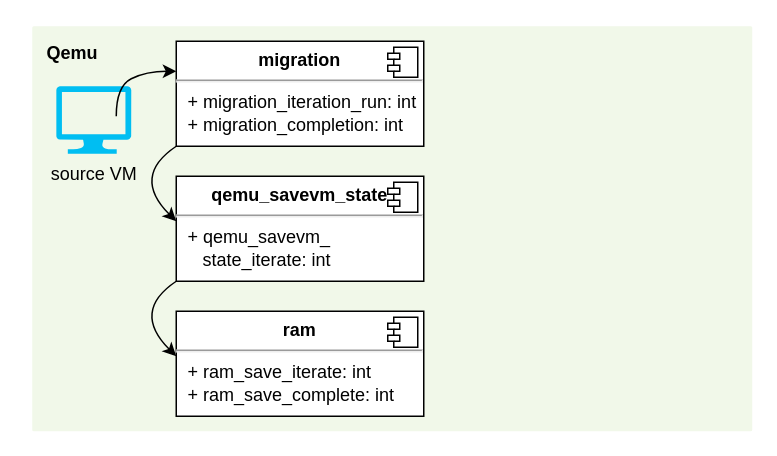
Earlier version of the draw.io diagram qemu-migration/qemu-migration-structure.drawio (xuyizhe1999/drawio). Source tidied: cells renumbered, new cells numbered last; positions are measured from the earlier drawing's top-left corner, leaving out a move shared by most shapes. Both pictures are drawn from the tidied source at 150%, with x=0, y=0 at pixel (32, 26).
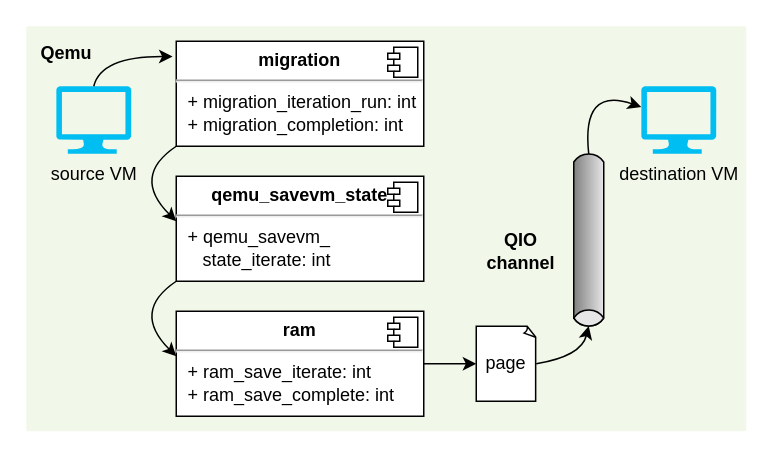
Above is the later version.

Unchanged cells that the change refers to:
```xml
<mxCell id="3" value="source VM" style="verticalLabelPosition=bottom;html=1;verticalAlign=top;align=center;strokeColor=none;fillColor=#00BEF2;shape=mxgraph.azure.computer;" parent="1" vertex="1">
  <mxGeometry x="16" y="40" width="50" height="45" as="geometry" />
</mxCell>
<mxCell id="4" value="&lt;p style=&quot;margin: 0px ; margin-top: 6px ; text-align: center&quot;&gt;&lt;b&gt;migration&lt;/b&gt;&lt;/p&gt;&lt;hr&gt;&lt;p style=&quot;margin: 0px ; margin-left: 8px&quot;&gt;+ migration_iteration_run: int&lt;br&gt;+ migration_completion: int&lt;/p&gt;" style="align=left;overflow=fill;html=1;fontColor=#000000;" parent="1" vertex="1">
  <mxGeometry x="96" y="10" width="165" height="70" as="geometry" />
</mxCell>
<mxCell id="8" value="&lt;p style=&quot;margin: 0px ; margin-top: 6px ; text-align: center&quot;&gt;&lt;b&gt;ram&lt;/b&gt;&lt;/p&gt;&lt;hr&gt;&lt;p style=&quot;margin: 0px ; margin-left: 8px&quot;&gt;+ ram_save_iterate: int&lt;br&gt;+ ram_save_complete: int&lt;/p&gt;" style="align=left;overflow=fill;html=1;fontColor=#000000;" parent="1" vertex="1">
  <mxGeometry x="96" y="190" width="165" height="70" as="geometry" />
</mxCell>
```

Diff of the diagram source:
```diff
@@
     <mxCell id="2" value="&lt;b&gt;&lt;font color=&quot;#000000&quot;&gt;Qemu&lt;/font&gt;&lt;/b&gt;" style="sketch=0;rounded=1;absoluteArcSize=1;arcSize=2;html=1;strokeColor=none;gradientColor=none;shadow=0;dashed=0;fontSize=12;fontColor=#9E9E9E;align=left;verticalAlign=top;spacing=10;spacingTop=-4;fillColor=#F1F8E9;" parent="1" vertex="1">
-      <mxGeometry width="480" height="270" as="geometry" />
+      <mxGeometry x="-4" width="480" height="270" as="geometry" />
     </mxCell>
@@
+    <mxCell id="13" style="edgeStyle=orthogonalEdgeStyle;rounded=0;jettySize=auto;html=1;exitX=1;exitY=0.5;exitDx=0;exitDy=0;entryX=0;entryY=0.5;entryDx=0;entryDy=0;entryPerimeter=0;fontColor=#000000;" parent="1" edge="1" source="8" target="15">
+      <mxGeometry relative="1" as="geometry" />
+    </mxCell>
@@
-    <mxCell id="10" style="curved=1;endArrow=classic;html=1;rounded=0;fontColor=#000000;" parent="1" edge="1">
+    <mxCell id="10" style="curved=1;endArrow=classic;html=1;rounded=0;fontColor=#000000;exitX=0.5;exitY=0;exitDx=0;exitDy=0;exitPerimeter=0;entryX=-0.015;entryY=0.146;entryDx=0;entryDy=0;entryPerimeter=0;" parent="1" edge="1" source="3" target="4">
       <mxGeometry relative="1" as="geometry">
-        <mxPoint x="56" y="60" as="sourcePoint" />
-        <mxPoint x="96" y="30" as="targetPoint" />
         <Array as="points">
-          <mxPoint x="56" y="40" />
-          <mxPoint x="76" y="30" />
+          <mxPoint x="46" y="20" />
         </Array>
       </mxGeometry>
     </mxCell>
@@
+    <mxCell id="14" style="strokeWidth=1;outlineConnect=0;dashed=0;align=center;fontSize=8;shape=mxgraph.eip.messageChannel;html=1;verticalLabelPosition=bottom;verticalAlign=top;fontColor=#000000;rotation=90;" parent="1" vertex="1">
+      <mxGeometry x="311" y="120" width="120" height="45" as="geometry" />
+    </mxCell>
+    <mxCell id="15" value="page" style="whiteSpace=wrap;html=1;shape=mxgraph.basic.document;fontColor=#000000;" parent="1" vertex="1">
+      <mxGeometry x="296" y="200" width="40" height="50" as="geometry" />
+    </mxCell>
+    <mxCell id="16" style="curved=1;endArrow=classic;html=1;rounded=0;fontColor=#000000;exitX=1;exitY=0.5;exitDx=0;exitDy=0;exitPerimeter=0;entryX=1;entryY=0.5;entryDx=-2.7;entryDy=0;entryPerimeter=0;" parent="1" edge="1" source="15" target="14">
+      <mxGeometry relative="1" as="geometry">
+        <Array as="points">
+          <mxPoint x="366" y="220" />
+        </Array>
+      </mxGeometry>
+    </mxCell>
+    <mxCell id="17" value="destination VM" style="verticalLabelPosition=bottom;html=1;verticalAlign=top;align=center;strokeColor=none;fillColor=#00BEF2;shape=mxgraph.azure.computer;" parent="1" vertex="1">
+      <mxGeometry x="406" y="40" width="50" height="45" as="geometry" />
+    </mxCell>
+    <mxCell id="18" style="curved=1;endArrow=classic;html=1;rounded=0;fontColor=#000000;exitX=0;exitY=0.5;exitDx=2.7;exitDy=0;exitPerimeter=0;" parent="1" edge="1" source="14" target="17">
+      <mxGeometry relative="1" as="geometry">
+        <Array as="points">
+          <mxPoint x="366" y="40" />
+        </Array>
+      </mxGeometry>
+    </mxCell>
+    <mxCell id="19" value="&lt;b&gt;QIO&lt;br&gt;channel&lt;/b&gt;" style="text;html=1;strokeColor=none;fillColor=none;align=center;verticalAlign=middle;whiteSpace=wrap;rounded=0;fontColor=#000000;" parent="1" vertex="1">
+      <mxGeometry x="296" y="135" width="60" height="30" as="geometry" />
+    </mxCell>
```
